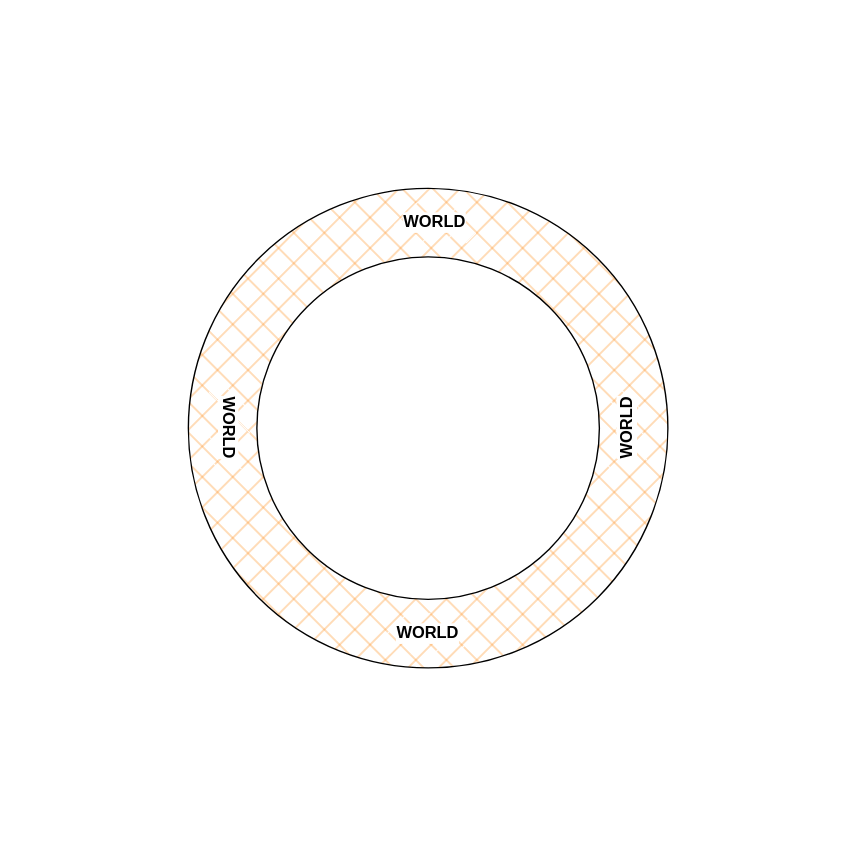
Above: adhyatma-upanishad.drawio in appsparkler/draw.io (draw.io), before the change. Source tidied: cells renumbered, new cells numbered last; positions are measured from the earlier drawing's top-left corner, leaving out a move shared by most shapes. Both pictures are drawn from the tidied source at 137%, with x=0, y=0 at pixel (188, 188).
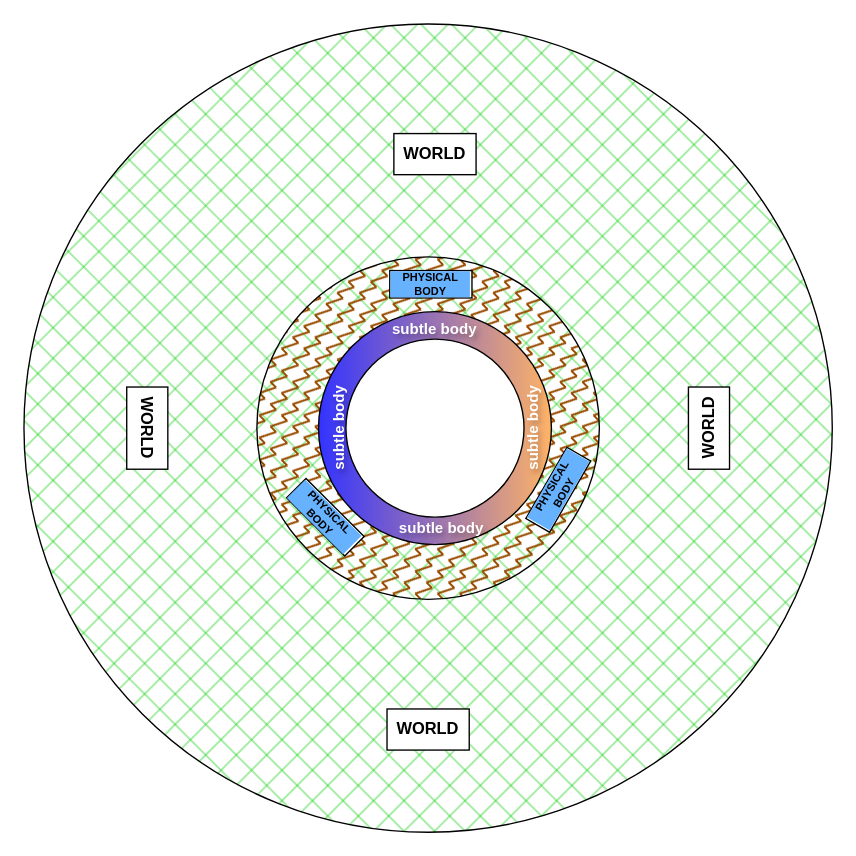
The same page after the edit.

Diff of the diagram source:
```diff
@@
 <mxGraphModel>
   <root>
     <mxCell id="0" />
     <mxCell id="1" parent="0" />
-    <mxCell id="2" style="ellipse;whiteSpace=wrap;html=1;fillStyle=cross-hatch;fillColor=#FF9933;strokeWidth=1;" parent="1" vertex="1">
-      <mxGeometry width="350" height="350" as="geometry" />
+    <mxCell id="2" style="ellipse;whiteSpace=wrap;html=1;fillStyle=cross-hatch;fillColor=#00CC00;strokeWidth=1;" parent="1" vertex="1">
+      <mxGeometry x="-120" y="-120" width="590" height="590" as="geometry" />
     </mxCell>
-    <mxCell id="3" style="ellipse;whiteSpace=wrap;html=1;" parent="1" vertex="1">
+    <mxCell id="3" style="ellipse;whiteSpace=wrap;html=1;fillStyle=zigzag-line;fillColor=#994C00;" parent="1" vertex="1">
       <mxGeometry x="50" y="50" width="250" height="250" as="geometry" />
     </mxCell>
-    <mxCell id="4" value="WORLD" style="text;html=1;whiteSpace=wrap;strokeColor=none;fillColor=default;align=center;verticalAlign=middle;rounded=0;fillStyle=hatch;labelBackgroundColor=default;rotation=-90;fontStyle=1;" parent="1" vertex="1">
-      <mxGeometry x="290" y="160" width="60" height="30" as="geometry" />
+    <mxCell id="4" value="WORLD" style="text;html=1;whiteSpace=wrap;strokeColor=default;fillColor=default;align=center;verticalAlign=middle;rounded=0;fillStyle=solid;labelBackgroundColor=default;rotation=-90;fontStyle=1;" parent="1" vertex="1">
+      <mxGeometry x="350" y="160" width="60" height="30" as="geometry" />
     </mxCell>
-    <mxCell id="5" value="WORLD" style="text;html=1;whiteSpace=wrap;strokeColor=none;fillColor=default;align=center;verticalAlign=middle;rounded=0;fillStyle=hatch;labelBackgroundColor=default;rotation=90;fontStyle=1;" parent="1" vertex="1">
-      <mxGeometry y="160" width="60" height="30" as="geometry" />
+    <mxCell id="5" value="WORLD" style="text;html=1;whiteSpace=wrap;strokeColor=default;fillColor=default;align=center;verticalAlign=middle;rounded=0;fillStyle=solid;labelBackgroundColor=default;rotation=90;fontStyle=1;" parent="1" vertex="1">
+      <mxGeometry x="-60" y="160" width="60" height="30" as="geometry" />
     </mxCell>
-    <mxCell id="6" value="WORLD" style="text;html=1;whiteSpace=wrap;strokeColor=none;fillColor=default;align=center;verticalAlign=middle;rounded=0;fillStyle=hatch;labelBackgroundColor=default;rotation=0;fontStyle=1;" parent="1" vertex="1">
-      <mxGeometry x="150" y="10" width="60" height="30" as="geometry" />
+    <mxCell id="6" value="WORLD" style="text;html=1;whiteSpace=wrap;strokeColor=default;fillColor=default;align=center;verticalAlign=middle;rounded=0;fillStyle=solid;labelBackgroundColor=default;rotation=0;fontStyle=1;" parent="1" vertex="1">
+      <mxGeometry x="150" y="-40" width="60" height="30" as="geometry" />
     </mxCell>
-    <mxCell id="7" value="WORLD" style="text;html=1;whiteSpace=wrap;strokeColor=none;fillColor=default;align=center;verticalAlign=middle;rounded=0;fillStyle=hatch;labelBackgroundColor=default;rotation=0;fontStyle=1;" parent="1" vertex="1">
-      <mxGeometry x="145" y="310" width="60" height="30" as="geometry" />
+    <mxCell id="7" value="WORLD" style="text;html=1;whiteSpace=wrap;strokeColor=default;fillColor=default;align=center;verticalAlign=middle;rounded=0;fillStyle=solid;labelBackgroundColor=default;rotation=0;fontStyle=1;" parent="1" vertex="1">
+      <mxGeometry x="145" y="380" width="60" height="30" as="geometry" />
     </mxCell>
+    <mxCell id="8" style="ellipse;whiteSpace=wrap;html=1;fillStyle=dots;fillColor=#FFB366;gradientColor=#3333FF;gradientDirection=west;" parent="1" vertex="1">
+      <mxGeometry x="95" y="90" width="170" height="170" as="geometry" />
+    </mxCell>
+    <mxCell id="9" value="PHYSICAL BODY" style="text;html=1;whiteSpace=wrap;strokeColor=default;fillColor=default;align=center;verticalAlign=middle;rounded=0;fillStyle=solid;labelBackgroundColor=#66B2FF;rotation=-60;fontStyle=1;fontSize=8;" parent="1" vertex="1">
+      <mxGeometry x="240" y="210" width="60" height="20" as="geometry" />
+    </mxCell>
+    <mxCell id="10" value="PHYSICAL BODY" style="text;html=1;whiteSpace=wrap;strokeColor=default;fillColor=default;align=center;verticalAlign=middle;rounded=0;fillStyle=solid;labelBackgroundColor=#66B2FF;rotation=0;fontStyle=1;fontSize=8;" parent="1" vertex="1">
+      <mxGeometry x="147" y="60" width="60" height="20" as="geometry" />
+    </mxCell>
+    <mxCell id="11" value="PHYSICAL BODY" style="text;html=1;whiteSpace=wrap;strokeColor=default;fillColor=default;align=center;verticalAlign=middle;rounded=0;fillStyle=solid;labelBackgroundColor=#66B2FF;rotation=45;fontStyle=1;fontSize=8;" parent="1" vertex="1">
+      <mxGeometry x="70" y="230" width="60" height="20" as="geometry" />
+    </mxCell>
+    <mxCell id="12" style="ellipse;whiteSpace=wrap;html=1;" parent="1" vertex="1">
+      <mxGeometry x="115" y="110" width="130" height="130" as="geometry" />
+    </mxCell>
+    <mxCell id="13" value="subtle body" style="text;html=1;whiteSpace=wrap;strokeColor=none;fillColor=none;align=center;verticalAlign=middle;rounded=0;fontSize=11;fontStyle=1;rotation=-90;fontColor=#FFFFFF;labelBorderColor=none;textShadow=1;" parent="1" vertex="1">
+      <mxGeometry x="212" y="165" width="80" height="20" as="geometry" />
+    </mxCell>
+    <mxCell id="14" value="subtle body" style="text;html=1;whiteSpace=wrap;strokeColor=none;fillColor=none;align=center;verticalAlign=middle;rounded=0;fontSize=11;fontStyle=1;rotation=-90;fontColor=#FFFFFF;labelBorderColor=none;textShadow=1;" parent="1" vertex="1">
+      <mxGeometry x="70" y="165" width="80" height="20" as="geometry" />
+    </mxCell>
+    <mxCell id="15" value="subtle body" style="text;html=1;whiteSpace=wrap;strokeColor=none;fillColor=none;align=center;verticalAlign=middle;rounded=0;fontSize=11;fontStyle=1;rotation=0;fontColor=#FFFFFF;labelBorderColor=none;textShadow=1;" parent="1" vertex="1">
+      <mxGeometry x="145" y="238" width="80" height="20" as="geometry" />
+    </mxCell>
+    <mxCell id="16" value="subtle body" style="text;html=1;whiteSpace=wrap;strokeColor=none;fillColor=none;align=center;verticalAlign=middle;rounded=0;fontSize=11;fontStyle=1;rotation=0;fontColor=#FFFFFF;labelBorderColor=none;textShadow=1;" parent="1" vertex="1">
+      <mxGeometry x="140" y="93" width="80" height="20" as="geometry" />
+    </mxCell>
   </root>
 </mxGraphModel>
```
